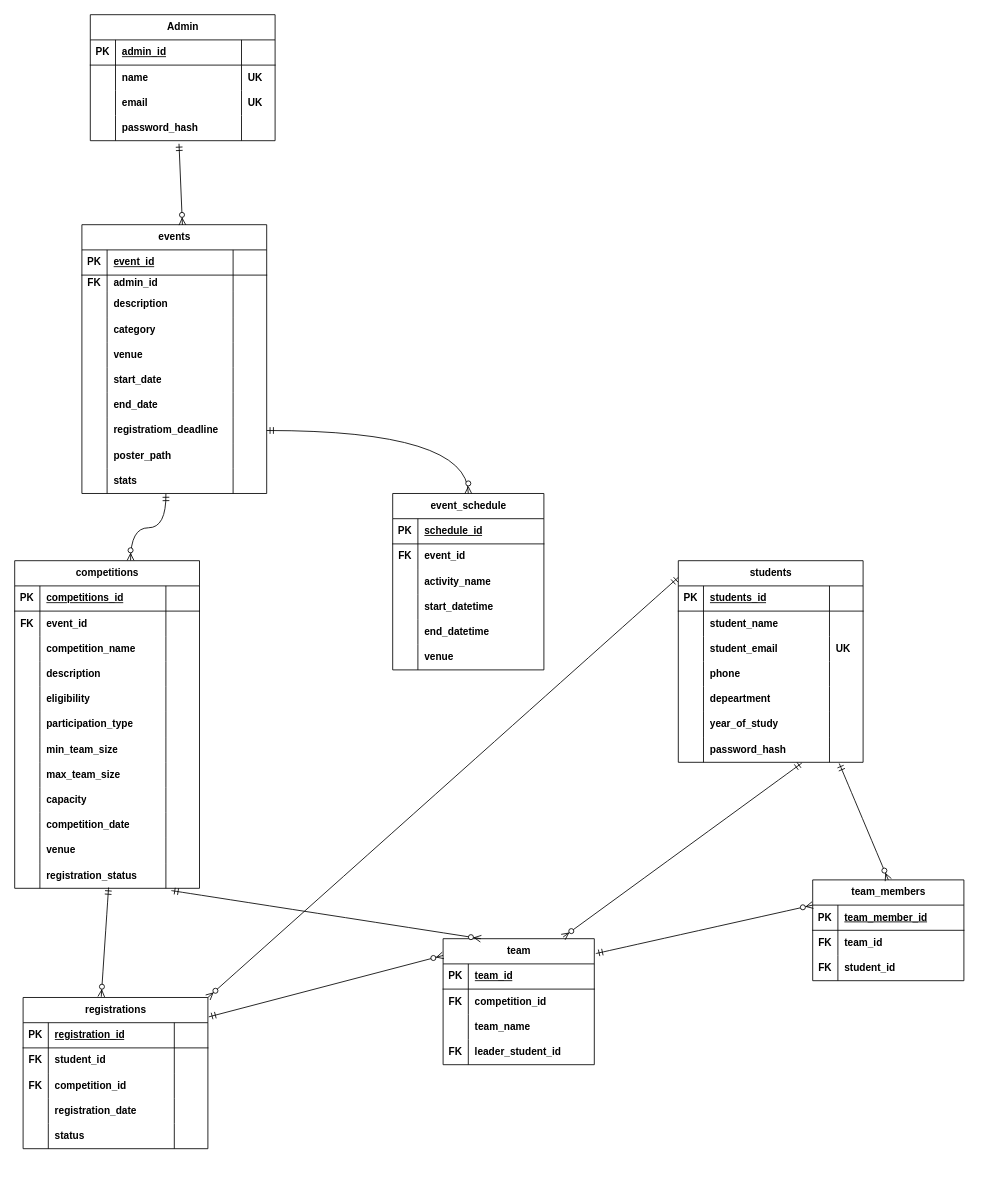
Before: Cultura Database.drawio in vincentgit777-a11y/Cultura, a draw.io diagram. Source tidied: cells renumbered, new cells numbered last; positions are measured from the earlier drawing's top-left corner, leaving out a move shared by most shapes. Both pictures are drawn from the tidied source at 84%, with x=0, y=0 at pixel (14, 14).
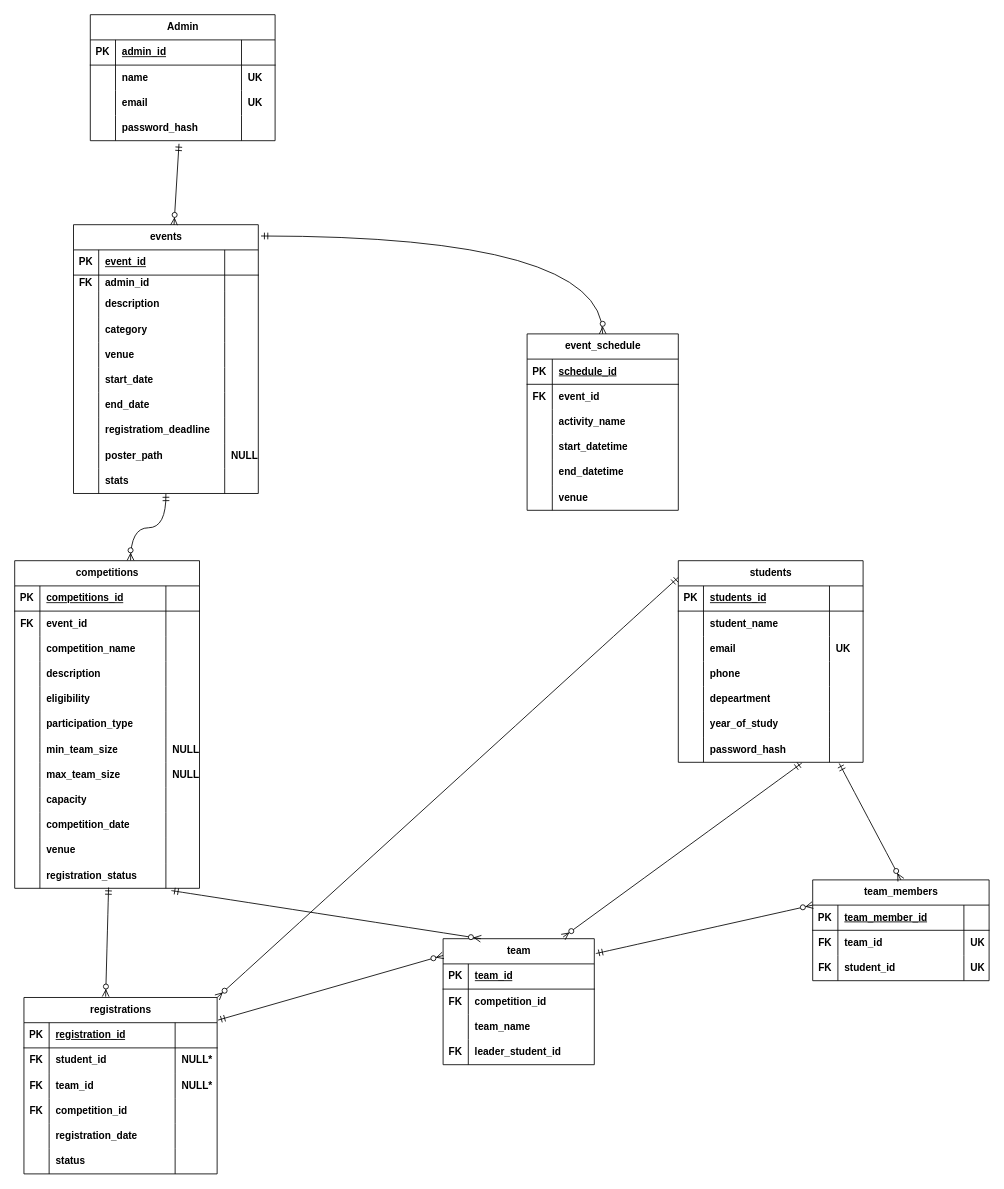
Above is the later version.

The change refers to these unchanged cells:
```xml
<mxCell id="15" style="shape=tableRow;horizontal=0;startSize=0;swimlaneHead=0;swimlaneBody=0;fillColor=none;points=[[0,0.5],[1,0.5]];portConstraint=eastwest;top=0;left=0;right=0;bottom=0;strokeColor=default;align=center;verticalAlign=middle;fontFamily=Helvetica;fontSize=12;fontColor=default;fontStyle=1;" parent="2" vertex="1">
  <mxGeometry y="120" width="220" height="30" as="geometry" />
</mxCell>
<mxCell id="48" style="shape=tableRow;horizontal=0;startSize=0;swimlaneHead=0;swimlaneBody=0;fillColor=none;points=[[0,0.5],[1,0.5]];portConstraint=eastwest;top=0;left=0;right=0;bottom=0;strokeColor=default;align=center;verticalAlign=middle;fontFamily=Helvetica;fontSize=12;fontColor=default;fontStyle=1;" parent="19" vertex="1">
  <mxGeometry y="230" width="220" height="30" as="geometry" />
</mxCell>
<mxCell id="52" style="shape=tableRow;horizontal=0;startSize=0;swimlaneHead=0;swimlaneBody=0;fillColor=none;top=0;left=0;right=0;bottom=0;strokeColor=default;align=center;verticalAlign=middle;fontFamily=Helvetica;fontSize=12;fontColor=default;fontStyle=1;" parent="19" vertex="1">
  <mxGeometry y="260" width="220" height="30" as="geometry" />
</mxCell>
<mxCell id="69" style="shape=tableRow;horizontal=0;startSize=0;swimlaneHead=0;swimlaneBody=0;fillColor=none;top=0;left=0;right=0;bottom=0;strokeColor=default;align=center;verticalAlign=middle;fontFamily=Helvetica;fontSize=12;fontColor=default;fontStyle=1;" parent="60" vertex="1">
  <mxGeometry y="90" width="220" height="30" as="geometry" />
</mxCell>
<mxCell id="114" style="shape=tableRow;horizontal=0;startSize=0;swimlaneHead=0;swimlaneBody=0;fillColor=none;top=0;left=0;right=0;bottom=0;strokeColor=default;align=center;verticalAlign=middle;fontFamily=Helvetica;fontSize=12;fontColor=default;fontStyle=1;" parent="89" vertex="1">
  <mxGeometry y="210" width="220" height="30" as="geometry" />
</mxCell>
<mxCell id="118" style="shape=tableRow;horizontal=0;startSize=0;swimlaneHead=0;swimlaneBody=0;fillColor=none;top=0;left=0;right=0;bottom=0;strokeColor=default;align=center;verticalAlign=middle;fontFamily=Helvetica;fontSize=12;fontColor=default;fontStyle=1;" parent="89" vertex="1">
  <mxGeometry y="240" width="220" height="30" as="geometry" />
</mxCell>
```

Diff of the diagram source:
```diff
@@
     <mxCell id="19" value="events" style="shape=table;startSize=30;childLayout=tableLayout;rowLines=0;fontStyle=1;align=center;html=1;strokeColor=default;verticalAlign=middle;fontFamily=Helvetica;fontSize=12;fontColor=default;fillColor=default;" parent="1" vertex="1">
-      <mxGeometry x="80" y="250" width="220" height="320" as="geometry" />
+      <mxGeometry x="70" y="250" width="220" height="320" as="geometry" />
     </mxCell>
@@
-    <mxCell id="55" style="shape=partialRectangle;fillColor=none;top=0;left=0;bottom=0;right=0;align=left;spacingLeft=6;overflow=hidden;whiteSpace=wrap;html=1;strokeColor=default;verticalAlign=middle;fontFamily=Helvetica;fontSize=12;fontColor=default;fontStyle=1;" parent="52" vertex="1">
+    <mxCell id="55" value="NULL" style="shape=partialRectangle;fillColor=none;top=0;left=0;bottom=0;right=0;align=left;spacingLeft=6;overflow=hidden;whiteSpace=wrap;html=1;strokeColor=default;verticalAlign=middle;fontFamily=Helvetica;fontSize=12;fontColor=default;fontStyle=1;" parent="52" vertex="1">
       <mxGeometry x="180" width="40" height="30" as="geometry" />
     </mxCell>
@@
-    <mxCell id="71" value="student_email" style="shape=partialRectangle;fillColor=none;top=0;left=0;bottom=0;right=0;align=left;spacingLeft=6;overflow=hidden;whiteSpace=wrap;html=1;strokeColor=default;verticalAlign=middle;fontFamily=Helvetica;fontSize=12;fontColor=default;fontStyle=1;" parent="69" vertex="1">
+    <mxCell id="71" value="email" style="shape=partialRectangle;fillColor=none;top=0;left=0;bottom=0;right=0;align=left;spacingLeft=6;overflow=hidden;whiteSpace=wrap;html=1;strokeColor=default;verticalAlign=middle;fontFamily=Helvetica;fontSize=12;fontColor=default;fontStyle=1;" parent="69" vertex="1">
       <mxGeometry x="30" width="150" height="30" as="geometry" />
     </mxCell>
@@
-    <mxCell id="117" style="shape=partialRectangle;fillColor=none;top=0;left=0;bottom=0;right=0;align=left;spacingLeft=6;overflow=hidden;whiteSpace=wrap;html=1;strokeColor=default;verticalAlign=middle;fontFamily=Helvetica;fontSize=12;fontColor=default;fontStyle=1;" parent="114" vertex="1">
+    <mxCell id="117" value="NULL" style="shape=partialRectangle;fillColor=none;top=0;left=0;bottom=0;right=0;align=left;spacingLeft=6;overflow=hidden;whiteSpace=wrap;html=1;strokeColor=default;verticalAlign=middle;fontFamily=Helvetica;fontSize=12;fontColor=default;fontStyle=1;" parent="114" vertex="1">
       <mxGeometry x="180" width="40" height="30" as="geometry" />
     </mxCell>
@@
-    <mxCell id="121" style="shape=partialRectangle;fillColor=none;top=0;left=0;bottom=0;right=0;align=left;spacingLeft=6;overflow=hidden;whiteSpace=wrap;html=1;strokeColor=default;verticalAlign=middle;fontFamily=Helvetica;fontSize=12;fontColor=default;fontStyle=1;" parent="118" vertex="1">
+    <mxCell id="121" value="NULL" style="shape=partialRectangle;fillColor=none;top=0;left=0;bottom=0;right=0;align=left;spacingLeft=6;overflow=hidden;whiteSpace=wrap;html=1;strokeColor=default;verticalAlign=middle;fontFamily=Helvetica;fontSize=12;fontColor=default;fontStyle=1;" parent="118" vertex="1">
       <mxGeometry x="180" width="40" height="30" as="geometry" />
     </mxCell>
@@
     <mxCell id="138" value="registrations" style="shape=table;startSize=30;childLayout=tableLayout;rowLines=0;fontStyle=1;align=center;html=1;strokeColor=default;verticalAlign=middle;fontFamily=Helvetica;fontSize=12;fontColor=default;fillColor=default;" parent="1" vertex="1">
-      <mxGeometry x="10" y="1170" width="220" height="180" as="geometry" />
+      <mxGeometry x="11" y="1170" width="230" height="210" as="geometry" />
     </mxCell>
     <mxCell id="139" style="shape=tableRow;horizontal=0;startSize=0;swimlaneHead=0;swimlaneBody=0;fillColor=none;top=0;left=0;right=0;bottom=1;strokeColor=default;align=center;verticalAlign=middle;fontFamily=Helvetica;fontSize=12;fontColor=default;fontStyle=1;" parent="138" vertex="1">
-      <mxGeometry y="30" width="220" height="30" as="geometry" />
+      <mxGeometry y="30" width="230" height="30" as="geometry" />
     </mxCell>
@@
     <mxCell id="142" style="shape=partialRectangle;fillColor=none;top=0;left=0;bottom=0;right=0;align=left;spacingLeft=6;fontStyle=5;overflow=hidden;whiteSpace=wrap;html=1;strokeColor=default;verticalAlign=middle;fontFamily=Helvetica;fontSize=12;fontColor=default;" parent="139" vertex="1">
-      <mxGeometry x="180" width="40" height="30" as="geometry" />
+      <mxGeometry x="180" width="50" height="30" as="geometry" />
     </mxCell>
     <mxCell id="143" style="shape=tableRow;horizontal=0;startSize=0;swimlaneHead=0;swimlaneBody=0;fillColor=none;top=0;left=0;right=0;bottom=0;strokeColor=default;align=center;verticalAlign=middle;fontFamily=Helvetica;fontSize=12;fontColor=default;fontStyle=1;" parent="138" vertex="1">
-      <mxGeometry y="60" width="220" height="30" as="geometry" />
+      <mxGeometry y="60" width="230" height="30" as="geometry" />
     </mxCell>
@@
-    <mxCell id="146" style="shape=partialRectangle;fillColor=none;top=0;left=0;bottom=0;right=0;align=left;spacingLeft=6;overflow=hidden;whiteSpace=wrap;html=1;strokeColor=default;verticalAlign=middle;fontFamily=Helvetica;fontSize=12;fontColor=default;fontStyle=1;" parent="143" vertex="1">
-      <mxGeometry x="180" width="40" height="30" as="geometry" />
+    <mxCell id="146" value="NULL*" style="shape=partialRectangle;fillColor=none;top=0;left=0;bottom=0;right=0;align=left;spacingLeft=6;overflow=hidden;whiteSpace=wrap;html=1;strokeColor=default;verticalAlign=middle;fontFamily=Helvetica;fontSize=12;fontColor=default;fontStyle=1;" parent="143" vertex="1">
+      <mxGeometry x="180" width="50" height="30" as="geometry" />
     </mxCell>
+    <mxCell id="211" style="shape=tableRow;horizontal=0;startSize=0;swimlaneHead=0;swimlaneBody=0;fillColor=none;top=0;left=0;right=0;bottom=0;strokeColor=default;align=center;verticalAlign=middle;fontFamily=Helvetica;fontSize=12;fontColor=default;fontStyle=1;" parent="138" vertex="1">
+      <mxGeometry y="90" width="230" height="30" as="geometry" />
+    </mxCell>
+    <mxCell id="212" value="FK" style="shape=partialRectangle;fillColor=none;top=0;left=0;bottom=0;right=0;overflow=hidden;whiteSpace=wrap;html=1;strokeColor=default;align=center;verticalAlign=middle;fontFamily=Helvetica;fontSize=12;fontColor=default;fontStyle=1;" parent="211" vertex="1">
+      <mxGeometry width="30" height="30" as="geometry" />
+    </mxCell>
+    <mxCell id="213" value="team_id" style="shape=partialRectangle;fillColor=none;top=0;left=0;bottom=0;right=0;align=left;spacingLeft=6;overflow=hidden;whiteSpace=wrap;html=1;strokeColor=default;verticalAlign=middle;fontFamily=Helvetica;fontSize=12;fontColor=default;fontStyle=1;" parent="211" vertex="1">
+      <mxGeometry x="30" width="150" height="30" as="geometry" />
+    </mxCell>
+    <mxCell id="214" value="NULL*" style="shape=partialRectangle;fillColor=none;top=0;left=0;bottom=0;right=0;align=left;spacingLeft=6;overflow=hidden;whiteSpace=wrap;html=1;strokeColor=default;verticalAlign=middle;fontFamily=Helvetica;fontSize=12;fontColor=default;fontStyle=1;" parent="211" vertex="1">
+      <mxGeometry x="180" width="50" height="30" as="geometry" />
+    </mxCell>
     <mxCell id="147" style="shape=tableRow;horizontal=0;startSize=0;swimlaneHead=0;swimlaneBody=0;fillColor=none;top=0;left=0;right=0;bottom=0;strokeColor=default;align=center;verticalAlign=middle;fontFamily=Helvetica;fontSize=12;fontColor=default;fontStyle=1;" parent="138" vertex="1">
-      <mxGeometry y="90" width="220" height="30" as="geometry" />
+      <mxGeometry y="120" width="230" height="30" as="geometry" />
     </mxCell>
@@
     <mxCell id="150" style="shape=partialRectangle;fillColor=none;top=0;left=0;bottom=0;right=0;align=left;spacingLeft=6;overflow=hidden;whiteSpace=wrap;html=1;strokeColor=default;verticalAlign=middle;fontFamily=Helvetica;fontSize=12;fontColor=default;fontStyle=1;" parent="147" vertex="1">
-      <mxGeometry x="180" width="40" height="30" as="geometry" />
+      <mxGeometry x="180" width="50" height="30" as="geometry" />
     </mxCell>
     <mxCell id="151" style="shape=tableRow;horizontal=0;startSize=0;swimlaneHead=0;swimlaneBody=0;fillColor=none;top=0;left=0;right=0;bottom=0;strokeColor=default;align=center;verticalAlign=middle;fontFamily=Helvetica;fontSize=12;fontColor=default;fontStyle=1;" parent="138" vertex="1">
-      <mxGeometry y="120" width="220" height="30" as="geometry" />
+      <mxGeometry y="150" width="230" height="30" as="geometry" />
     </mxCell>
@@
     <mxCell id="154" style="shape=partialRectangle;fillColor=none;top=0;left=0;bottom=0;right=0;align=left;spacingLeft=6;overflow=hidden;whiteSpace=wrap;html=1;strokeColor=default;verticalAlign=middle;fontFamily=Helvetica;fontSize=12;fontColor=default;fontStyle=1;" parent="151" vertex="1">
-      <mxGeometry x="180" width="40" height="30" as="geometry" />
+      <mxGeometry x="180" width="50" height="30" as="geometry" />
     </mxCell>
     <mxCell id="155" style="shape=tableRow;horizontal=0;startSize=0;swimlaneHead=0;swimlaneBody=0;fillColor=none;top=0;left=0;right=0;bottom=0;strokeColor=default;align=center;verticalAlign=middle;fontFamily=Helvetica;fontSize=12;fontColor=default;fontStyle=1;" parent="138" vertex="1">
-      <mxGeometry y="150" width="220" height="30" as="geometry" />
+      <mxGeometry y="180" width="230" height="30" as="geometry" />
     </mxCell>
@@
     <mxCell id="158" style="shape=partialRectangle;fillColor=none;top=0;left=0;bottom=0;right=0;align=left;spacingLeft=6;overflow=hidden;whiteSpace=wrap;html=1;strokeColor=default;verticalAlign=middle;fontFamily=Helvetica;fontSize=12;fontColor=default;fontStyle=1;" parent="155" vertex="1">
-      <mxGeometry x="180" width="40" height="30" as="geometry" />
+      <mxGeometry x="180" width="50" height="30" as="geometry" />
     </mxCell>
     <mxCell id="159" value="event_schedule" style="shape=table;startSize=30;childLayout=tableLayout;rowLines=0;fontStyle=1;align=center;html=1;strokeColor=default;verticalAlign=middle;fontFamily=Helvetica;fontSize=12;fontColor=default;fillColor=default;" parent="1" vertex="1">
-      <mxGeometry x="450" y="570" width="180" height="210" as="geometry" />
+      <mxGeometry x="610" y="380" width="180" height="210" as="geometry" />
     </mxCell>
@@
     <mxCell id="191" value="team_members" style="shape=table;startSize=30;childLayout=tableLayout;rowLines=0;fontStyle=1;align=center;html=1;strokeColor=default;verticalAlign=middle;fontFamily=Helvetica;fontSize=12;fontColor=default;fillColor=default;" parent="1" vertex="1">
-      <mxGeometry x="950" y="1030" width="180" height="120" as="geometry" />
+      <mxGeometry x="950" y="1030" width="210" height="120" as="geometry" />
     </mxCell>
     <mxCell id="192" style="shape=tableRow;horizontal=0;startSize=0;swimlaneHead=0;swimlaneBody=0;fillColor=none;top=0;left=0;right=0;bottom=1;strokeColor=default;align=center;verticalAlign=middle;fontFamily=Helvetica;fontSize=12;fontColor=default;fontStyle=1;" parent="191" vertex="1">
-      <mxGeometry y="30" width="180" height="30" as="geometry" />
+      <mxGeometry y="30" width="210" height="30" as="geometry" />
     </mxCell>
@@
+    <mxCell id="215" style="shape=partialRectangle;fillColor=none;top=0;left=0;bottom=0;right=0;align=left;spacingLeft=6;fontStyle=5;overflow=hidden;whiteSpace=wrap;html=1;strokeColor=default;verticalAlign=middle;fontFamily=Helvetica;fontSize=12;fontColor=default;" parent="192" vertex="1">
+      <mxGeometry x="180" width="30" height="30" as="geometry" />
+    </mxCell>
     <mxCell id="195" style="shape=tableRow;horizontal=0;startSize=0;swimlaneHead=0;swimlaneBody=0;fillColor=none;top=0;left=0;right=0;bottom=0;strokeColor=default;align=center;verticalAlign=middle;fontFamily=Helvetica;fontSize=12;fontColor=default;fontStyle=1;" parent="191" vertex="1">
-      <mxGeometry y="60" width="180" height="30" as="geometry" />
+      <mxGeometry y="60" width="210" height="30" as="geometry" />
     </mxCell>
@@
+    <mxCell id="216" value="UK" style="shape=partialRectangle;fillColor=none;top=0;left=0;bottom=0;right=0;align=left;spacingLeft=6;overflow=hidden;whiteSpace=wrap;html=1;strokeColor=default;verticalAlign=middle;fontFamily=Helvetica;fontSize=12;fontColor=default;fontStyle=1;" parent="195" vertex="1">
+      <mxGeometry x="180" width="30" height="30" as="geometry" />
+    </mxCell>
     <mxCell id="198" style="shape=tableRow;horizontal=0;startSize=0;swimlaneHead=0;swimlaneBody=0;fillColor=none;top=0;left=0;right=0;bottom=0;strokeColor=default;align=center;verticalAlign=middle;fontFamily=Helvetica;fontSize=12;fontColor=default;fontStyle=1;" parent="191" vertex="1">
-      <mxGeometry y="90" width="180" height="30" as="geometry" />
+      <mxGeometry y="90" width="210" height="30" as="geometry" />
     </mxCell>
@@
+    <mxCell id="217" value="UK" style="shape=partialRectangle;fillColor=none;top=0;left=0;bottom=0;right=0;align=left;spacingLeft=6;overflow=hidden;whiteSpace=wrap;html=1;strokeColor=default;verticalAlign=middle;fontFamily=Helvetica;fontSize=12;fontColor=default;fontStyle=1;" parent="198" vertex="1">
+      <mxGeometry x="180" width="30" height="30" as="geometry" />
+    </mxCell>
@@
-    <mxCell id="207" style="edgeStyle=orthogonalEdgeStyle;fontSize=12;html=1;endArrow=ERzeroToMany;startArrow=ERmandOne;rounded=0;defaultLabelBackgroundColor=page;exitX=1;exitY=0.5;exitDx=0;exitDy=0;entryX=0.5;entryY=0;entryDx=0;entryDy=0;curved=1;curveGeometry=1;" parent="1" edge="1" source="48" target="159">
+    <mxCell id="207" style="edgeStyle=orthogonalEdgeStyle;fontSize=12;html=1;endArrow=ERzeroToMany;startArrow=ERmandOne;rounded=0;defaultLabelBackgroundColor=page;exitX=1.015;exitY=0.042;exitDx=0;exitDy=0;entryX=0.5;entryY=0;entryDx=0;entryDy=0;curved=1;curveGeometry=1;exitPerimeter=0;" parent="1" edge="1" source="19" target="159">
       <mxGeometry relative="1" as="geometry" />
     </mxCell>
@@
-    <mxCell id="210" style="fontSize=12;html=1;endArrow=ERzeroToMany;startArrow=ERmandOne;rounded=0;defaultLabelBackgroundColor=page;exitX=0.48;exitY=1.122;exitDx=0;exitDy=0;exitPerimeter=0;entryX=0.544;entryY=0.001;entryDx=0;entryDy=0;entryPerimeter=0;" parent="1" edge="1" source="15" target="19">
+    <mxCell id="210" style="fontSize=12;html=1;endArrow=ERzeroToMany;startArrow=ERmandOne;rounded=0;defaultLabelBackgroundColor=page;exitX=0.48;exitY=1.122;exitDx=0;exitDy=0;exitPerimeter=0;entryX=0.544;entryY=0.001;entryDx=0;entryDy=0;entryPerimeter=0;curved=0;" parent="1" edge="1" source="15" target="19">
       <mxGeometry relative="1" as="geometry" />
     </mxCell>
```
